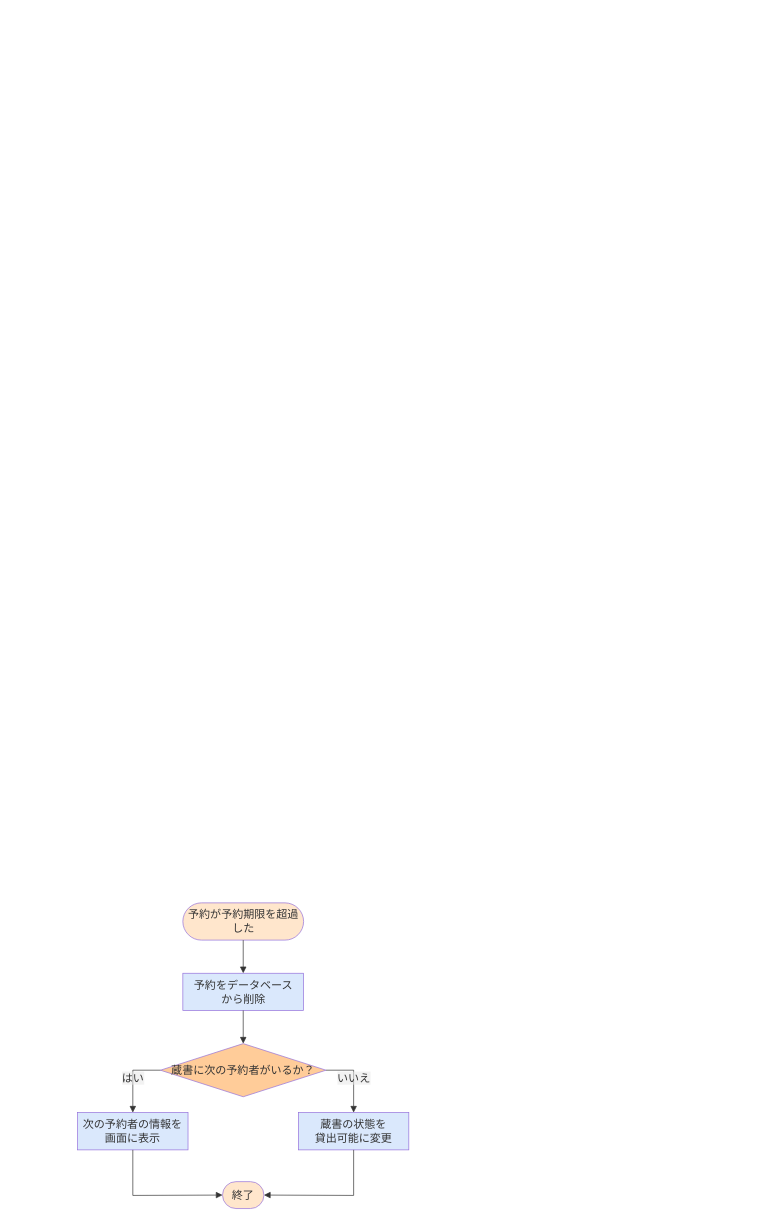
Above: 詳細設計書/7班/flowchart/予約自動取り消し.drawio in rs002421-creator/- (draw.io), before the change. Source tidied: cells renumbered, new cells numbered last; positions are measured from the earlier drawing's top-left corner, leaving out a move shared by most shapes. Both pictures are drawn from the tidied source at 69%, with x=0, y=0 at pixel (77, 903).
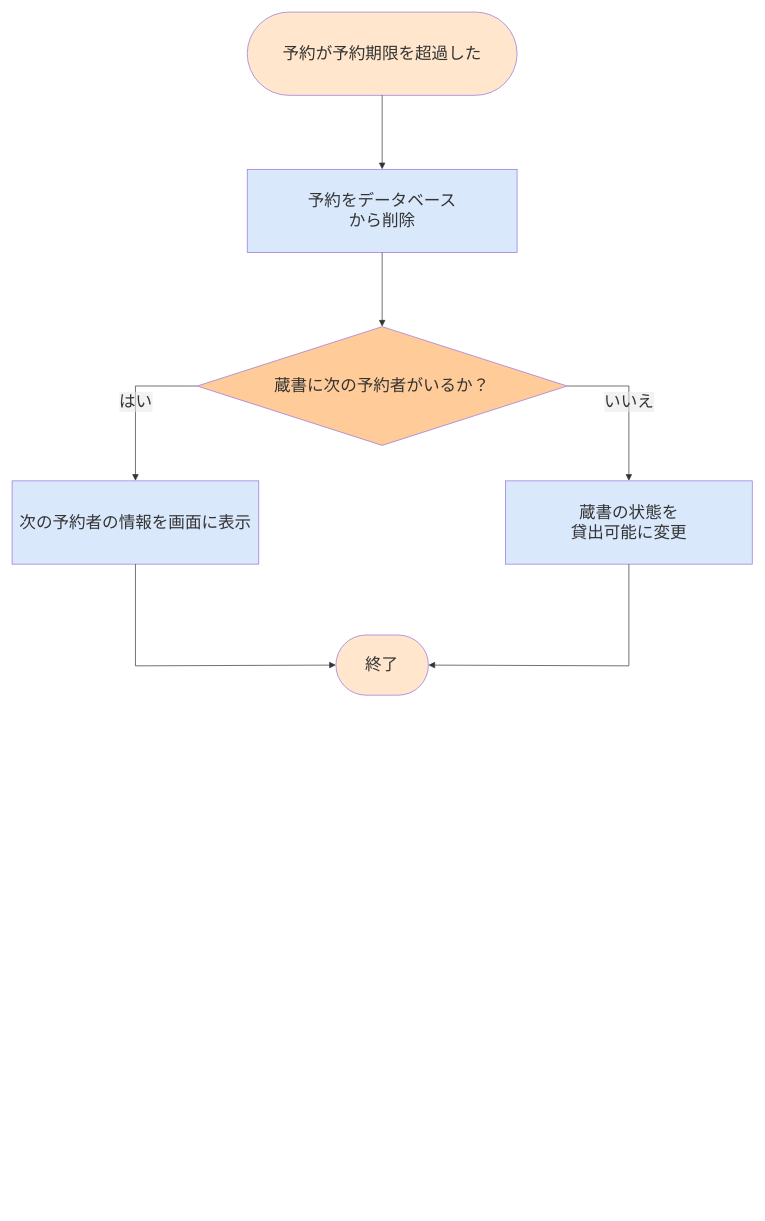
The same diagram, later.

Diff of the diagram source:
```diff
@@
+    <mxCell id="14" style="group;fontSize=24;" parent="1" vertex="1">
+      <mxGeometry x="-95" y="-1291" width="1072.7" height="990" as="geometry" />
+    </mxCell>
+    <mxCell id="7" value="終了" style="html=1;rounded=1;whiteSpace=wrap;arcSize=50;strokeWidth=1;fillColor=light-dark(#FFE6CC,#1F2020);strokeColor=light-dark(#9370DB,#cccccc);fontColor=light-dark(#333333,#cccccc);fontFamily=Trebuchet MS,Verdana,Arial,sans-serif;fontSize=24;" parent="14" vertex="1">
+      <mxGeometry x="469.3" y="902.8" width="134.1" height="87.2" as="geometry" />
+    </mxCell>
+    <mxCell id="15" style="group;fontSize=24;" parent="14" vertex="1">
+      <mxGeometry width="1072.7" height="947.5" as="geometry" />
+    </mxCell>
-    <mxCell id="2" value="予約が予約期限を超過した" style="html=1;rounded=1;whiteSpace=wrap;arcSize=50;strokeWidth=1;fillColor=light-dark(#FFE6CC,#1F2020);strokeColor=light-dark(#9370DB,#cccccc);fontColor=light-dark(#333333,#cccccc);fontFamily=Trebuchet MS,Verdana,Arial,sans-serif;fontSize=16;" parent="1" vertex="1">
-      <mxGeometry x="152.5" width="175" height="54" as="geometry" />
+    <mxCell id="2" value="予約が予約期限を超過した" style="html=1;rounded=1;whiteSpace=wrap;arcSize=50;strokeWidth=1;fillColor=light-dark(#FFE6CC,#1F2020);strokeColor=light-dark(#9370DB,#cccccc);fontColor=light-dark(#333333,#cccccc);fontFamily=Trebuchet MS,Verdana,Arial,sans-serif;fontSize=24;" parent="15" vertex="1">
+      <mxGeometry x="340.8" width="391.1" height="120.7" as="geometry" />
     </mxCell>
-    <mxCell id="3" value="予約をデータベース&lt;div&gt;から削除&lt;/div&gt;" style="html=1;whiteSpace=wrap;strokeWidth=1;fillColor=light-dark(#DAE8FC,#1F2020);strokeColor=light-dark(#9370DB,#cccccc);fontColor=light-dark(#333333,#cccccc);fontFamily=Trebuchet MS,Verdana,Arial,sans-serif;fontSize=16;" parent="1" vertex="1">
-      <mxGeometry x="152.5" y="102" width="175" height="54" as="geometry" />
+    <mxCell id="3" value="予約をデータベース&lt;div&gt;から削除&lt;/div&gt;" style="html=1;whiteSpace=wrap;strokeWidth=1;fillColor=light-dark(#DAE8FC,#1F2020);strokeColor=light-dark(#9370DB,#cccccc);fontColor=light-dark(#333333,#cccccc);fontFamily=Trebuchet MS,Verdana,Arial,sans-serif;fontSize=24;" parent="15" vertex="1">
+      <mxGeometry x="340.8" y="227.9" width="391.1" height="120.7" as="geometry" />
     </mxCell>
-    <mxCell id="4" value="蔵書に次の予約者がいるか？" style="rhombus;html=1;strokeWidth=1;whiteSpace=wrap;fillColor=light-dark(#FFCC99,#1F2020);strokeColor=light-dark(#9370DB,#cccccc);fontColor=light-dark(#333333,#cccccc);fontFamily=Trebuchet MS,Verdana,Arial,sans-serif;fontSize=16;" parent="1" vertex="1">
-      <mxGeometry x="120" y="204" width="240" height="77" as="geometry" />
+    <mxCell id="4" value="蔵書に次の予約者がいるか？" style="rhombus;html=1;strokeWidth=1;whiteSpace=wrap;fillColor=light-dark(#FFCC99,#1F2020);strokeColor=light-dark(#9370DB,#cccccc);fontColor=light-dark(#333333,#cccccc);fontFamily=Trebuchet MS,Verdana,Arial,sans-serif;fontSize=24;" parent="15" vertex="1">
+      <mxGeometry x="268.2" y="455.9" width="536.3" height="172.1" as="geometry" />
     </mxCell>
-    <mxCell id="5" value="次の予約者の情報を画面に表示" style="html=1;whiteSpace=wrap;strokeWidth=1;fillColor=light-dark(#DAE8FC,#1F2020);strokeColor=light-dark(#9370DB,#cccccc);fontColor=light-dark(#333333,#cccccc);fontFamily=Trebuchet MS,Verdana,Arial,sans-serif;fontSize=16;" parent="1" vertex="1">
-      <mxGeometry y="304" width="160" height="54" as="geometry" />
+    <mxCell id="5" value="次の予約者の情報を画面に表示" style="html=1;whiteSpace=wrap;strokeWidth=1;fillColor=light-dark(#DAE8FC,#1F2020);strokeColor=light-dark(#9370DB,#cccccc);fontColor=light-dark(#333333,#cccccc);fontFamily=Trebuchet MS,Verdana,Arial,sans-serif;fontSize=24;" parent="15" vertex="1">
+      <mxGeometry y="679.4" width="357.6" height="120.7" as="geometry" />
     </mxCell>
-    <mxCell id="6" value="蔵書の状態を&lt;div&gt;貸出可能に変更&lt;/div&gt;" style="html=1;whiteSpace=wrap;strokeWidth=1;fillColor=light-dark(#DAE8FC,#1F2020);strokeColor=light-dark(#9370DB,#cccccc);fontColor=light-dark(#333333,#cccccc);fontFamily=Trebuchet MS,Verdana,Arial,sans-serif;fontSize=16;" parent="1" vertex="1">
-      <mxGeometry x="320" y="304" width="160" height="54" as="geometry" />
+    <mxCell id="6" value="蔵書の状態を&lt;div&gt;貸出可能に変更&lt;/div&gt;" style="html=1;whiteSpace=wrap;strokeWidth=1;fillColor=light-dark(#DAE8FC,#1F2020);strokeColor=light-dark(#9370DB,#cccccc);fontColor=light-dark(#333333,#cccccc);fontFamily=Trebuchet MS,Verdana,Arial,sans-serif;fontSize=24;" parent="15" vertex="1">
+      <mxGeometry x="715.1" y="679.4" width="357.6" height="120.7" as="geometry" />
     </mxCell>
-    <mxCell id="7" value="終了" style="html=1;rounded=1;whiteSpace=wrap;arcSize=50;strokeWidth=1;fillColor=light-dark(#FFE6CC,#1F2020);strokeColor=light-dark(#9370DB,#cccccc);fontColor=light-dark(#333333,#cccccc);fontFamily=Trebuchet MS,Verdana,Arial,sans-serif;fontSize=16;" parent="1" vertex="1">
-      <mxGeometry x="210" y="404" width="60" height="39" as="geometry" />
-    </mxCell>
-    <mxCell id="8" style="curved=0;startArrow=none;endArrow=block;endSize=7;strokeColor=light-dark(#333333,#cccccc);exitX=0.5;exitY=1;entryX=0.5;entryY=0;rounded=0;" parent="1" edge="1" source="2" target="3">
+    <mxCell id="8" style="curved=0;startArrow=none;endArrow=block;endSize=7;strokeColor=light-dark(#333333,#cccccc);exitX=0.5;exitY=1;entryX=0.5;entryY=0;rounded=0;fontSize=24;" parent="15" edge="1" source="2" target="3">
       <mxGeometry relative="1" as="geometry" />
     </mxCell>
-    <mxCell id="9" style="curved=0;startArrow=none;endArrow=block;endSize=7;strokeColor=light-dark(#333333,#cccccc);exitX=0.5;exitY=1;entryX=0.5;entryY=0;rounded=0;" parent="1" edge="1" source="3" target="4">
+    <mxCell id="9" style="curved=0;startArrow=none;endArrow=block;endSize=7;strokeColor=light-dark(#333333,#cccccc);exitX=0.5;exitY=1;entryX=0.5;entryY=0;rounded=0;fontSize=24;" parent="15" edge="1" source="3" target="4">
       <mxGeometry relative="1" as="geometry" />
     </mxCell>
-    <mxCell id="10" value="はい" style="curved=0;startArrow=none;endArrow=block;endSize=7;strokeColor=light-dark(#333333,#cccccc);html=1;fontSize=16;labelBackgroundColor=light-dark(#E8E8E88D,#2a2a2a8D);fontFamily=Trebuchet MS,Verdana,Arial,sans-serif;fontColor=light-dark(#333333,#cccccc);exitX=0;exitY=0.5;entryX=0.5;entryY=0;rounded=0;exitDx=0;exitDy=0;" parent="1" edge="1" source="4" target="5">
+    <mxCell id="10" value="はい" style="curved=0;startArrow=none;endArrow=block;endSize=7;strokeColor=light-dark(#333333,#cccccc);html=1;fontSize=24;labelBackgroundColor=light-dark(#E8E8E88D,#2a2a2a8D);fontFamily=Trebuchet MS,Verdana,Arial,sans-serif;fontColor=light-dark(#333333,#cccccc);exitX=0;exitY=0.5;entryX=0.5;entryY=0;rounded=0;exitDx=0;exitDy=0;" parent="15" edge="1" source="4" target="5">
       <mxGeometry relative="1" as="geometry">
         <Array as="points">
-          <mxPoint x="80" y="242.5" />
+          <mxPoint x="178.8" y="541.9" />
         </Array>
       </mxGeometry>
     </mxCell>
-    <mxCell id="11" value="いいえ" style="curved=0;startArrow=none;endArrow=block;endSize=7;strokeColor=light-dark(#333333,#cccccc);html=1;fontSize=16;labelBackgroundColor=light-dark(#E8E8E88D,#2a2a2a8D);fontFamily=Trebuchet MS,Verdana,Arial,sans-serif;fontColor=light-dark(#333333,#cccccc);exitX=1;exitY=0.5;entryX=0.5;entryY=0;rounded=0;exitDx=0;exitDy=0;" parent="1" edge="1" source="4" target="6">
+    <mxCell id="11" value="いいえ" style="curved=0;startArrow=none;endArrow=block;endSize=7;strokeColor=light-dark(#333333,#cccccc);html=1;fontSize=24;labelBackgroundColor=light-dark(#E8E8E88D,#2a2a2a8D);fontFamily=Trebuchet MS,Verdana,Arial,sans-serif;fontColor=light-dark(#333333,#cccccc);exitX=1;exitY=0.5;entryX=0.5;entryY=0;rounded=0;exitDx=0;exitDy=0;" parent="15" edge="1" source="4" target="6">
       <mxGeometry relative="1" as="geometry">
         <Array as="points">
-          <mxPoint x="400" y="242.5" />
+          <mxPoint x="893.9" y="541.9" />
         </Array>
       </mxGeometry>
     </mxCell>
-    <mxCell id="12" style="curved=0;startArrow=none;endArrow=block;endSize=7;strokeColor=light-dark(#333333,#cccccc);exitX=0.5;exitY=1;entryX=0;entryY=0.5;rounded=0;entryDx=0;entryDy=0;" parent="1" edge="1" source="5" target="7">
+    <mxCell id="12" style="curved=0;startArrow=none;endArrow=block;endSize=7;strokeColor=light-dark(#333333,#cccccc);exitX=0.5;exitY=1;entryX=0;entryY=0.5;rounded=0;entryDx=0;entryDy=0;fontSize=24;" parent="14" edge="1" source="5" target="7">
       <mxGeometry relative="1" as="geometry">
         <Array as="points">
-          <mxPoint x="80" y="424" />
+          <mxPoint x="178.8" y="947.5" />
         </Array>
       </mxGeometry>
     </mxCell>
-    <mxCell id="13" style="curved=0;startArrow=none;endArrow=block;endSize=7;strokeColor=light-dark(#333333,#cccccc);exitX=0.5;exitY=1;entryX=1;entryY=0.5;rounded=0;entryDx=0;entryDy=0;" parent="1" edge="1" source="6" target="7">
+    <mxCell id="13" style="curved=0;startArrow=none;endArrow=block;endSize=7;strokeColor=light-dark(#333333,#cccccc);exitX=0.5;exitY=1;entryX=1;entryY=0.5;rounded=0;entryDx=0;entryDy=0;fontSize=24;" parent="14" edge="1" source="6" target="7">
       <mxGeometry relative="1" as="geometry">
         <Array as="points">
-          <mxPoint x="400" y="424" />
+          <mxPoint x="893.9" y="947.5" />
         </Array>
       </mxGeometry>
     </mxCell>
```
